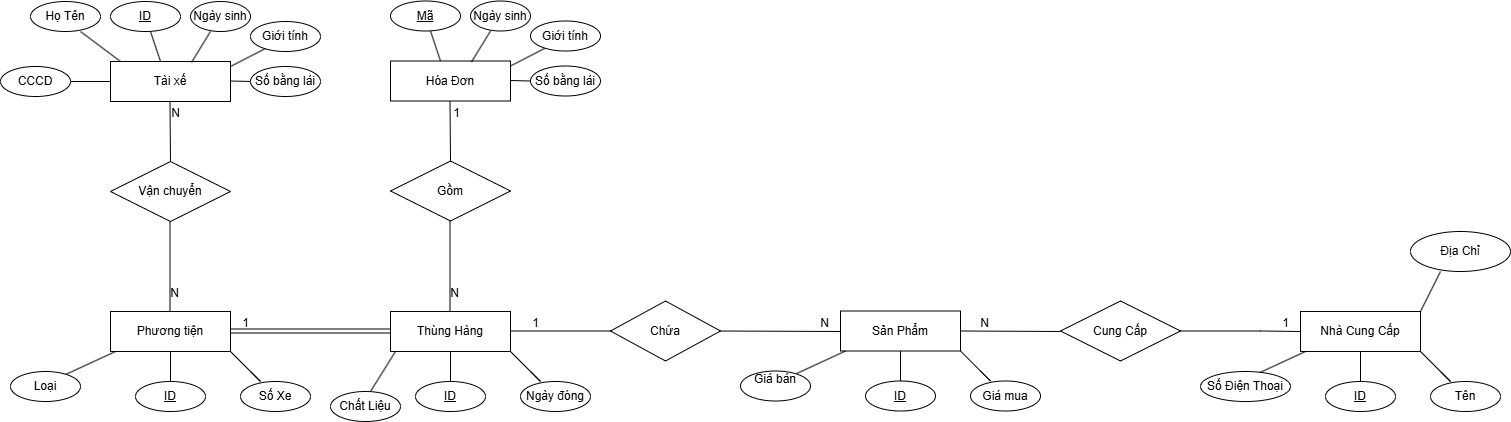
Earlier version of the draw.io export Biểu đồ không có tiêu đề.drawio.png (Dungnony/08-03). Source tidied: cells renumbered, new cells last; positions are measured from the earlier drawing's top-left corner, leaving out a move shared by most shapes.
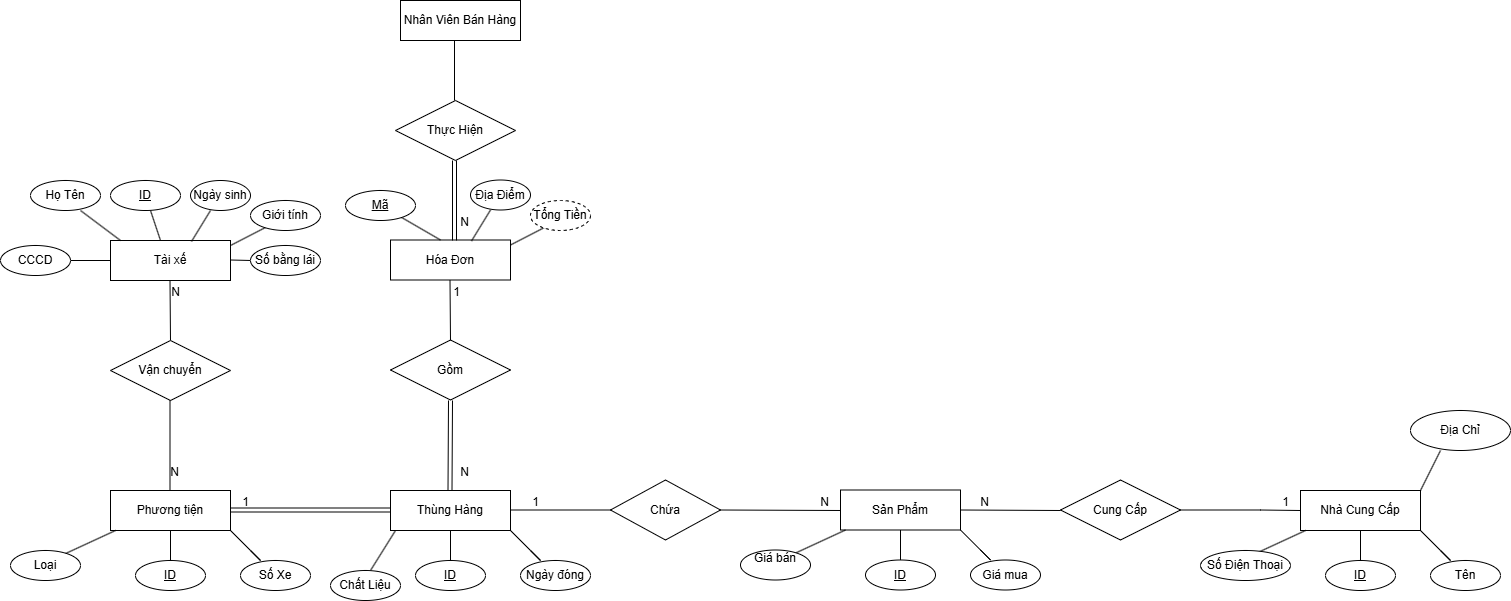
After the change.

Commit message:
Cập nhật Biểu đồ không có tiêu đề.drawio.png

The edit, as a diff of the source:
```diff
@@ -287,20 +287,12 @@
     <mxCell id="64" value="Hóa Đơn" style="rounded=0;whiteSpace=wrap;html=1;" parent="1" vertex="1">
       <mxGeometry x="390" y="59.5" width="120" height="40" as="geometry" />
     </mxCell>
-    <mxCell id="65" style="endArrow=none;html=1;rounded=0;" parent="1" edge="1" target="66">
-      <mxGeometry relative="1" as="geometry">
-        <mxPoint x="510" y="79" as="sourcePoint" />
-      </mxGeometry>
-    </mxCell>
-    <mxCell id="66" value="Số bằng lái" style="ellipse;whiteSpace=wrap;html=1;align=center;" parent="1" vertex="1">
-      <mxGeometry x="530" y="64.5" width="70" height="30" as="geometry" />
-    </mxCell>
     <mxCell id="67" style="endArrow=none;html=1;rounded=0;exitX=0.675;exitY=0.025;exitDx=0;exitDy=0;exitPerimeter=0;" parent="1" edge="1" source="64">
       <mxGeometry relative="1" as="geometry">
         <mxPoint x="490" y="29.5" as="targetPoint" />
       </mxGeometry>
     </mxCell>
-    <mxCell id="68" value="Ngày sinh" style="ellipse;whiteSpace=wrap;html=1;align=center;rotation=0;" parent="1" vertex="1">
+    <mxCell id="68" value="Địa Điểm" style="ellipse;whiteSpace=wrap;html=1;align=center;rotation=0;" parent="1" vertex="1">
       <mxGeometry x="470" y="-0.5" width="60" height="30" as="geometry" />
     </mxCell>
     <mxCell id="69" style="endArrow=none;html=1;rounded=0;" parent="1" edge="1">
@@ -309,16 +301,13 @@
         <mxPoint x="545.1" y="46.4" as="targetPoint" />
       </mxGeometry>
     </mxCell>
-    <mxCell id="70" value="Giới tính" style="ellipse;whiteSpace=wrap;html=1;align=center;rotation=0;" parent="1" vertex="1">
-      <mxGeometry x="530" y="19.5" width="70" height="30" as="geometry" />
-    </mxCell>
     <mxCell id="71" style="endArrow=none;html=1;rounded=0;" parent="1" edge="1" target="72">
       <mxGeometry relative="1" as="geometry">
         <mxPoint x="440" y="59.5" as="sourcePoint" />
       </mxGeometry>
     </mxCell>
     <mxCell id="72" value="Mã" style="ellipse;whiteSpace=wrap;html=1;align=center;fontStyle=4;" parent="1" vertex="1">
-      <mxGeometry x="390" y="-0.5" width="70" height="30" as="geometry" />
+      <mxGeometry x="345" y="10" width="70" height="30" as="geometry" />
     </mxCell>
     <mxCell id="73" style="endArrow=none;html=1;rounded=0;" parent="1" edge="1">
       <mxGeometry relative="1" as="geometry">
@@ -334,16 +323,42 @@
     <mxCell id="75" value="Gồm" style="shape=rhombus;perimeter=rhombusPerimeter;whiteSpace=wrap;html=1;align=center;" parent="1" vertex="1">
       <mxGeometry x="390" y="159.5" width="120" height="60" as="geometry" />
     </mxCell>
-    <mxCell id="76" style="endArrow=none;html=1;rounded=0;" parent="1" edge="1">
-      <mxGeometry relative="1" as="geometry">
-        <mxPoint x="449.5" y="309.5" as="sourcePoint" />
-        <mxPoint x="449.5" y="219.5" as="targetPoint" />
-      </mxGeometry>
-    </mxCell>
-    <mxCell id="77" value="N" style="html=1;whiteSpace=wrap;align=right;verticalAlign=bottom;" parent="76" vertex="1">
-      <mxGeometry x="1" relative="1" as="geometry">
-        <mxPoint x="10" y="80" as="offset" />
-      </mxGeometry>
-    </mxCell>
+    <mxCell id="78" value="Tổng Tiền" style="ellipse;whiteSpace=wrap;html=1;align=center;dashed=1;" parent="1" vertex="1">
+      <mxGeometry x="530" y="20" width="60" height="30" as="geometry" />
+    </mxCell>
+    <mxCell id="79" style="shape=link;html=1;rounded=0;" parent="1" edge="1">
+      <mxGeometry relative="1" as="geometry">
+        <mxPoint x="449.5" y="310" as="sourcePoint" />
+        <mxPoint x="450" y="220" as="targetPoint" />
+      </mxGeometry>
+    </mxCell>
+    <mxCell id="80" value="N" style="html=1;whiteSpace=wrap;align=right;verticalAlign=bottom;" parent="79" vertex="1">
+      <mxGeometry x="1" relative="1" as="geometry">
+        <mxPoint x="20" y="80" as="offset" />
+      </mxGeometry>
+    </mxCell>
+    <mxCell id="81" style="shape=link;html=1;rounded=0;" parent="1" edge="1">
+      <mxGeometry relative="1" as="geometry">
+        <mxPoint x="454" y="60" as="sourcePoint" />
+        <mxPoint x="454" y="-20" as="targetPoint" />
+      </mxGeometry>
+    </mxCell>
+    <mxCell id="82" value="N" style="html=1;whiteSpace=wrap;align=right;verticalAlign=bottom;" parent="81" vertex="1">
+      <mxGeometry x="1" relative="1" as="geometry">
+        <mxPoint x="16" y="70" as="offset" />
+      </mxGeometry>
+    </mxCell>
+    <mxCell id="83" value="Thực Hiện" style="shape=rhombus;perimeter=rhombusPerimeter;whiteSpace=wrap;html=1;align=center;" parent="1" vertex="1">
+      <mxGeometry x="395" y="-80" width="120" height="60" as="geometry" />
+    </mxCell>
+    <mxCell id="84" style="endArrow=none;html=1;rounded=0;" parent="1" edge="1">
+      <mxGeometry relative="1" as="geometry">
+        <mxPoint x="454" y="-80" as="sourcePoint" />
+        <mxPoint x="454" y="-140" as="targetPoint" />
+      </mxGeometry>
+    </mxCell>
+    <mxCell id="85" value="Nhân Viên Bán Hàng" style="rounded=0;whiteSpace=wrap;html=1;" parent="1" vertex="1">
+      <mxGeometry x="400" y="-180" width="120" height="40" as="geometry" />
+    </mxCell>
   </root>
 </mxGraphModel>
```
